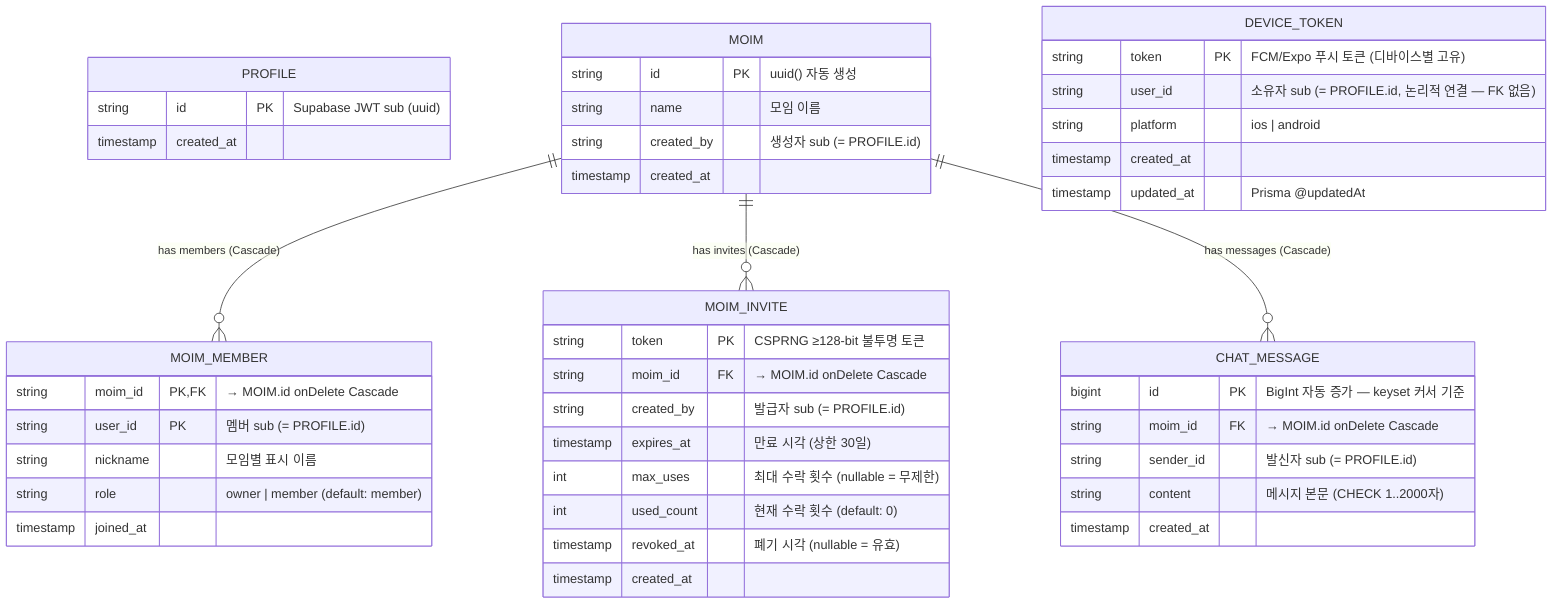
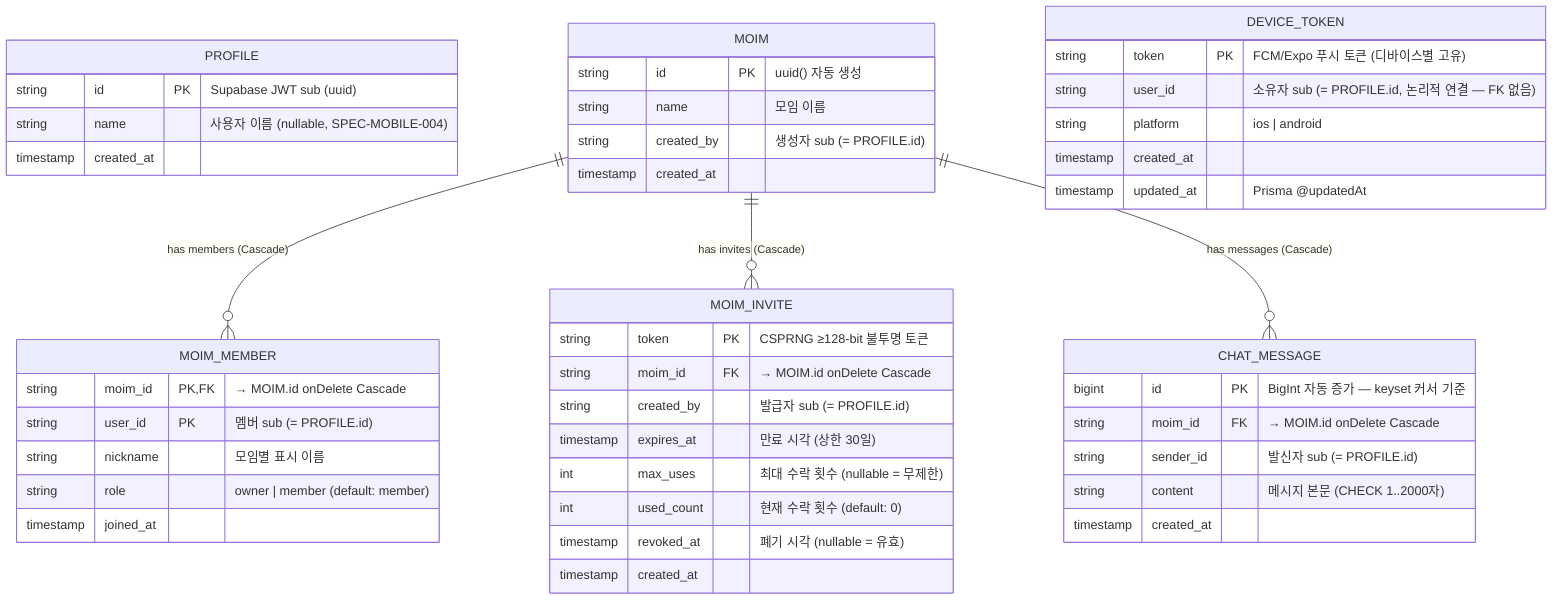
%% Mermaid ER diagram — 수동 갱신 (db.yaml auto-sync 비활성)
%% 기준: apps/backend/prisma/schema.prisma + 마이그레이션 파일
- %% 최종 갱신: 2026-06-14 (SPEC-CHAT-002 sync)
+ %% 최종 갱신: 2026-06-15 (SPEC-MOBILE-004 sync — Profile.name nullable 추가)
erDiagram
    PROFILE {
        string id PK "Supabase JWT sub (uuid)"
+         string name "사용자 이름 (nullable, SPEC-MOBILE-004)"
        timestamp created_at
    }

    MOIM {
        string id PK "uuid() 자동 생성"
        string name "모임 이름"
        string created_by "생성자 sub (= PROFILE.id)"
        timestamp created_at
    }

    MOIM_MEMBER {
        string moim_id PK,FK "→ MOIM.id onDelete Cascade"
        string user_id PK "멤버 sub (= PROFILE.id)"
        string nickname "모임별 표시 이름"
        string role "owner | member (default: member)"
        timestamp joined_at
    }

    MOIM_INVITE {
        string token PK "CSPRNG ≥128-bit 불투명 토큰"
        string moim_id FK "→ MOIM.id onDelete Cascade"
        string created_by "발급자 sub (= PROFILE.id)"
        timestamp expires_at "만료 시각 (상한 30일)"
        int max_uses "최대 수락 횟수 (nullable = 무제한)"
        int used_count "현재 수락 횟수 (default: 0)"
        timestamp revoked_at "폐기 시각 (nullable = 유효)"
        timestamp created_at
    }

    CHAT_MESSAGE {
        bigint id PK "BigInt 자동 증가 — keyset 커서 기준"
        string moim_id FK "→ MOIM.id onDelete Cascade"
        string sender_id "발신자 sub (= PROFILE.id)"
        string content "메시지 본문 (CHECK 1..2000자)"
        timestamp created_at
    }

    DEVICE_TOKEN {
        string token PK "FCM/Expo 푸시 토큰 (디바이스별 고유)"
        string user_id "소유자 sub (= PROFILE.id, 논리적 연결 — FK 없음)"
        string platform "ios | android"
        timestamp created_at
        timestamp updated_at "Prisma @updatedAt"
    }

    MOIM ||--o{ MOIM_MEMBER : "has members (Cascade)"
    MOIM ||--o{ MOIM_INVITE : "has invites (Cascade)"
    MOIM ||--o{ CHAT_MESSAGE : "has messages (Cascade)"
